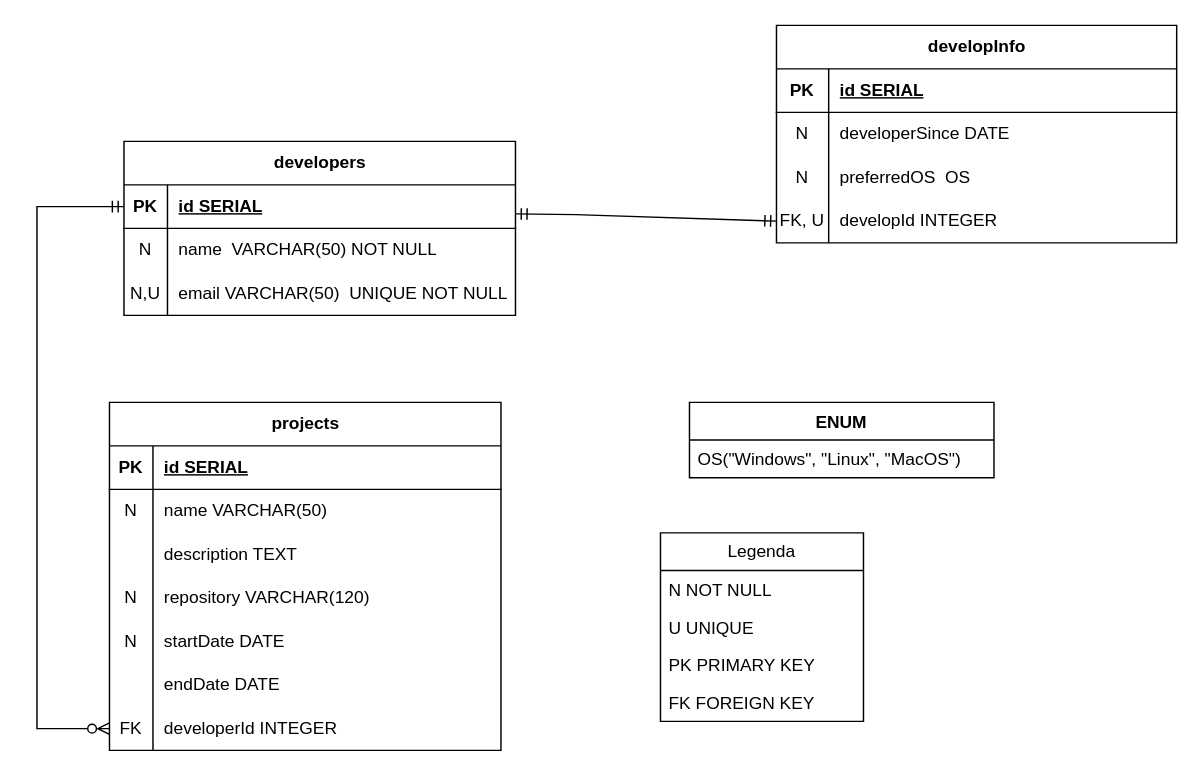
Above: KenzieVelops.drawio in pedrogabrielbacili/meu_primeiro_DER (draw.io), before the change. Source tidied: cells renumbered, new cells numbered last; positions are measured from the earlier drawing's top-left corner, leaving out a move shared by most shapes. Both pictures are drawn from the tidied source at 145%, with x=0, y=0 at pixel (36, 25).
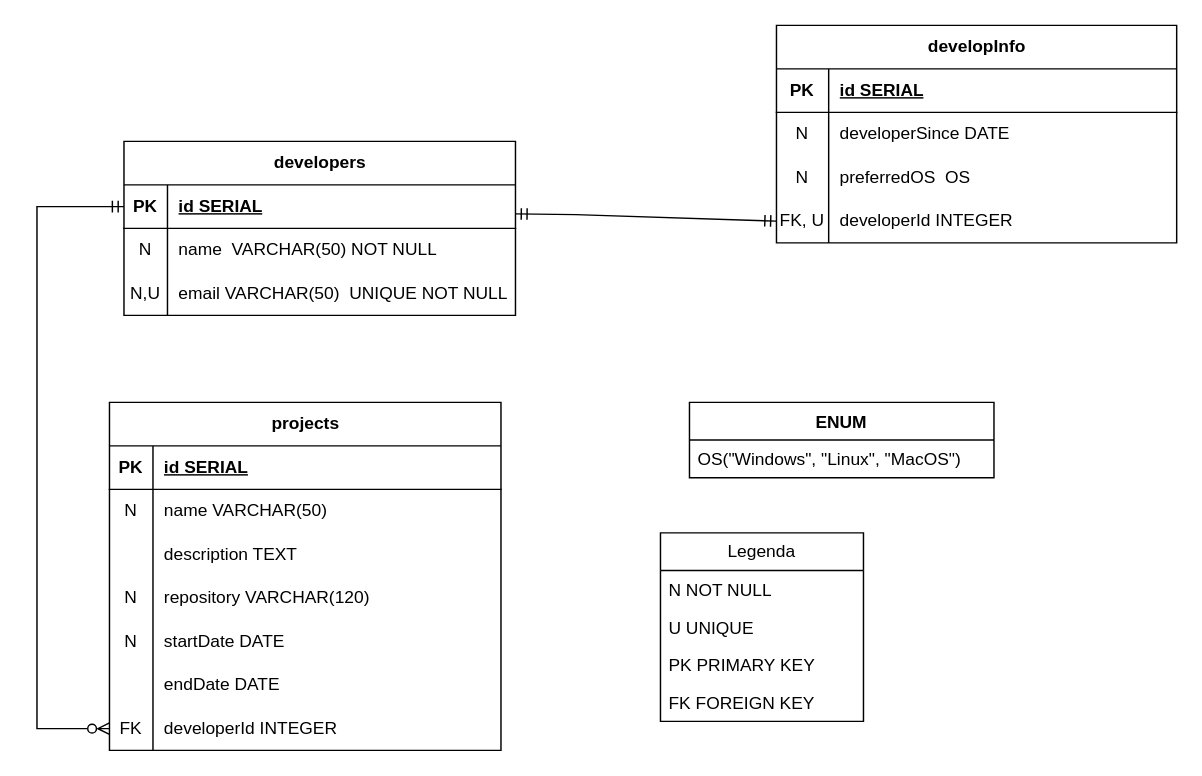
Above is the later version.

Unchanged cells that the change refers to:
```xml
<mxCell id="13" style="shape=tableRow;horizontal=0;startSize=0;swimlaneHead=0;swimlaneBody=0;fillColor=none;points=[[0,0.5],[1,0.5]];portConstraint=eastwest;top=0;left=0;right=0;bottom=0;" parent="3" vertex="1">
  <mxGeometry y="120" width="276" height="30" as="geometry" />
</mxCell>
```

Diff of the diagram source:
```diff
@@
-    <mxCell id="15" value="developId INTEGER&amp;nbsp;" style="shape=partialRectangle;fillColor=none;top=0;left=0;bottom=0;right=0;align=left;spacingLeft=6;overflow=hidden;whiteSpace=wrap;html=1;" parent="13" vertex="1">
+    <mxCell id="15" value="developerId INTEGER&amp;nbsp;" style="shape=partialRectangle;fillColor=none;top=0;left=0;bottom=0;right=0;align=left;spacingLeft=6;overflow=hidden;whiteSpace=wrap;html=1;" parent="13" vertex="1">
       <mxGeometry x="36" width="240" height="30" as="geometry" />
     </mxCell>
```
